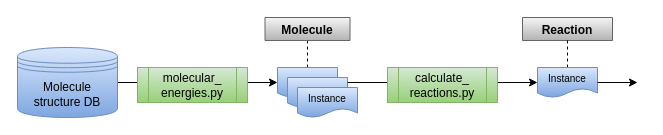
Earlier version of the draw.io diagram page "workflow1" (2 of 15) of examples/dehydrogenation/figs/dehydrogenation.drawio (SINTEF/dlite). Source tidied: cells renumbered, new cells numbered last; positions are measured from the earlier drawing's top-left corner, leaving out a move shared by most shapes. Both pictures are drawn from the tidied source at 100%, with x=0, y=0 at pixel (17, 17).
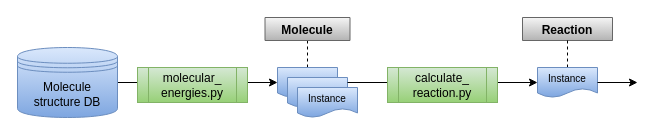
The same page after the edit.

The edit, as a diff of the source:
```diff
@@
 <mxGraphModel>
   <root>
     <mxCell id="0" />
     <mxCell id="1" parent="0" />
     <mxCell id="2" style="rounded=0;jettySize=auto;html=1;strokeWidth=1;" parent="1" edge="1" source="3" target="9">
       <mxGeometry relative="1" as="geometry" />
     </mxCell>
     <mxCell id="3" value="Molecule structure DB" style="shape=datastore;whiteSpace=wrap;html=1;fillColor=#dae8fc;strokeColor=#6c8ebf;gradientColor=#7ea6e0;" parent="1" vertex="1">
       <mxGeometry y="30" width="100" height="70" as="geometry" />
     </mxCell>
     <mxCell id="4" value="molecular_&lt;br&gt;energies.py" style="shape=process;whiteSpace=wrap;html=1;backgroundOutline=1;fillColor=#d5e8d4;strokeColor=#82b366;gradientColor=#97d077;" parent="1" vertex="1">
       <mxGeometry x="120" y="50" width="110" height="35" as="geometry" />
     </mxCell>
     <mxCell id="5" style="edgeStyle=none;rounded=0;jettySize=auto;html=1;dashed=1;strokeWidth=1;endArrow=none;endFill=0;" parent="1" edge="1" source="6" target="9">
       <mxGeometry relative="1" as="geometry" />
     </mxCell>
     <mxCell id="6" value="Molecule" style="swimlane;fillColor=#f5f5f5;gradientColor=#b3b3b3;strokeColor=#666666;" parent="1" vertex="1" collapsed="1">
       <mxGeometry x="247.5" width="85" height="23" as="geometry" />
     </mxCell>
     <mxCell id="7" value="Reaction" style="swimlane;fillColor=#f5f5f5;gradientColor=#b3b3b3;strokeColor=#666666;" parent="1" vertex="1" collapsed="1">
       <mxGeometry x="505" width="90" height="23" as="geometry" />
     </mxCell>
     <mxCell id="8" style="group;" parent="1" vertex="1">
       <mxGeometry x="260" y="50" width="80" height="50" as="geometry" />
     </mxCell>
     <mxCell id="9" style="shape=document;whiteSpace=wrap;html=1;boundedLbl=1;fillColor=#dae8fc;gradientColor=#7ea6e0;strokeColor=#6c8ebf;" parent="8" vertex="1">
       <mxGeometry width="60" height="30" as="geometry" />
     </mxCell>
     <mxCell id="10" style="shape=document;whiteSpace=wrap;html=1;boundedLbl=1;fillColor=#dae8fc;gradientColor=#7ea6e0;strokeColor=#6c8ebf;" parent="8" vertex="1">
       <mxGeometry x="10" y="10" width="60" height="30" as="geometry" />
     </mxCell>
     <mxCell id="11" value="&lt;font style=&quot;font-size: 10px&quot;&gt;Instance&lt;/font&gt;" style="shape=document;whiteSpace=wrap;html=1;boundedLbl=1;fillColor=#dae8fc;gradientColor=#7ea6e0;strokeColor=#6c8ebf;" parent="8" vertex="1">
       <mxGeometry x="20" y="20" width="60" height="30" as="geometry" />
     </mxCell>
     <mxCell id="12" style="edgeStyle=none;rounded=0;jettySize=auto;html=1;dashed=1;endArrow=none;endFill=0;strokeWidth=1;" parent="1" edge="1" source="13" target="7">
       <mxGeometry relative="1" as="geometry" />
     </mxCell>
     <mxCell id="13" value="&lt;font style=&quot;font-size: 10px&quot;&gt;Instance&lt;/font&gt;" style="shape=document;whiteSpace=wrap;html=1;boundedLbl=1;fillColor=#dae8fc;gradientColor=#7ea6e0;strokeColor=#6c8ebf;" parent="1" vertex="1">
       <mxGeometry x="520" y="50" width="60" height="30" as="geometry" />
     </mxCell>
     <mxCell id="14" style="edgeStyle=none;rounded=0;jettySize=auto;html=1;endArrow=classic;strokeWidth=1;" parent="1" edge="1" target="13">
       <mxGeometry relative="1" as="geometry">
         <mxPoint x="330" y="65" as="sourcePoint" />
       </mxGeometry>
     </mxCell>
-    <mxCell id="15" value="calculate_&lt;br&gt;reactions.py" style="shape=process;whiteSpace=wrap;html=1;backgroundOutline=1;fillColor=#d5e8d4;strokeColor=#82b366;gradientColor=#97d077;" parent="1" vertex="1">
+    <mxCell id="15" value="calculate_&lt;br&gt;reaction.py" style="shape=process;whiteSpace=wrap;html=1;backgroundOutline=1;fillColor=#d5e8d4;strokeColor=#82b366;gradientColor=#97d077;" parent="1" vertex="1">
       <mxGeometry x="370" y="50" width="110" height="35" as="geometry" />
     </mxCell>
     <mxCell id="16" style="edgeStyle=none;rounded=0;jettySize=auto;html=1;endArrow=classic;strokeWidth=1;" parent="1" edge="1" source="13">
       <mxGeometry relative="1" as="geometry">
         <mxPoint x="620" y="65" as="targetPoint" />
       </mxGeometry>
     </mxCell>
   </root>
 </mxGraphModel>
```
